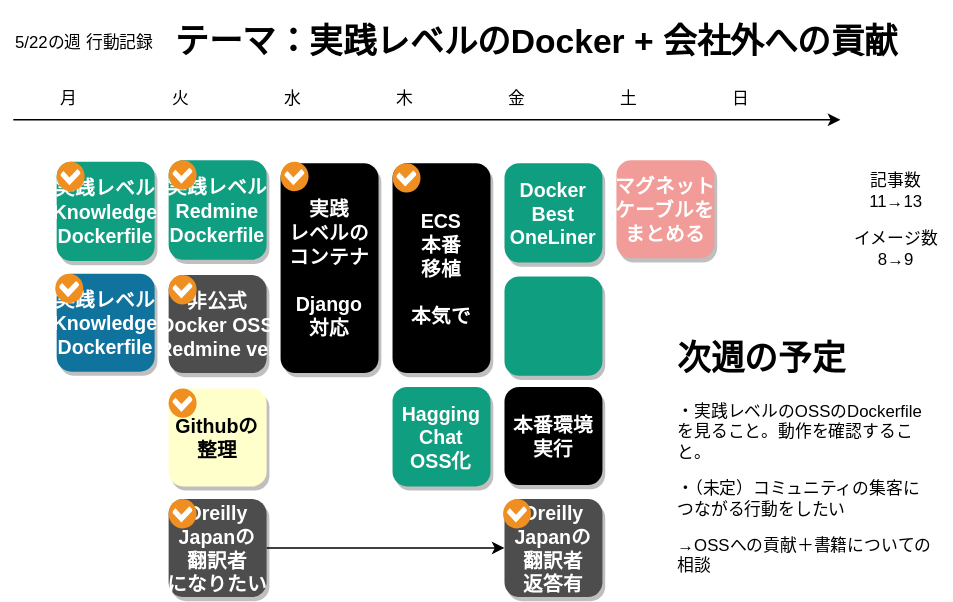
Before: 人生設計-20230522.drawio.svg, a diagram exported from draw.io (minegishirei/draw_v1). Source tidied: cells renumbered, new cells last; positions are measured from the earlier drawing's top-left corner, leaving out a move shared by most shapes.
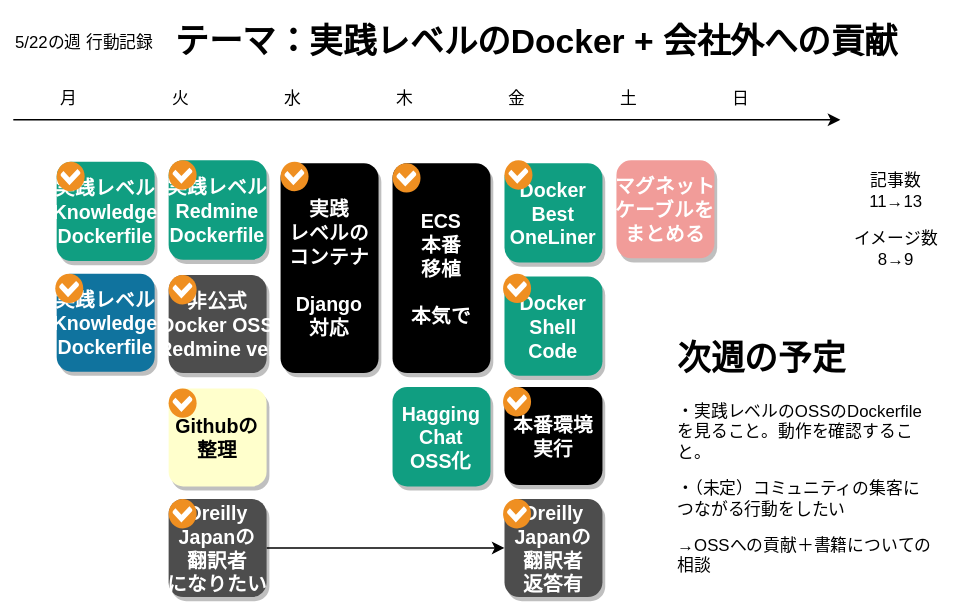
The same file after the commit.

Commit message:
人生設計-20230522.drawio.svg を追加しました。

Change to the diagram source:
```diff
@@ -104,7 +104,7 @@
     <mxCell id="34" value="Docker&#10;Best&#10;OneLiner" style="rounded=1;fillColor=#109e81;strokeColor=none;shadow=1;gradientColor=none;fontStyle=1;fontColor=#FFFFFF;fontSize=14;" parent="1" vertex="1">
       <mxGeometry x="360" y="106" width="70" height="71" as="geometry" />
     </mxCell>
-    <mxCell id="35" style="rounded=1;fillColor=#109e81;strokeColor=none;shadow=1;gradientColor=none;fontStyle=1;fontColor=#FFFFFF;fontSize=14;" parent="1" vertex="1">
+    <mxCell id="35" value="Docker&#10;Shell&#10;Code" style="rounded=1;fillColor=#109e81;strokeColor=none;shadow=1;gradientColor=none;fontStyle=1;fontColor=#FFFFFF;fontSize=14;" parent="1" vertex="1">
       <mxGeometry x="360" y="187" width="70" height="71" as="geometry" />
     </mxCell>
     <mxCell id="36" value="本番環境&#10;実行" style="rounded=1;fillColor=#000000;strokeColor=none;shadow=1;gradientColor=none;fontStyle=1;fontColor=#FFFFFF;fontSize=14;" parent="1" vertex="1">
@@ -116,5 +116,14 @@
     <mxCell id="38" style="shadow=0;dashed=0;html=1;strokeColor=none;fillColor=#EF8F21;labelPosition=center;verticalLabelPosition=bottom;verticalAlign=top;align=center;shape=mxgraph.veeam.checked;" parent="1" vertex="1">
       <mxGeometry x="359" y="346" width="20" height="21" as="geometry" />
     </mxCell>
+    <mxCell id="39" style="shadow=0;dashed=0;html=1;strokeColor=none;fillColor=#EF8F21;labelPosition=center;verticalLabelPosition=bottom;verticalAlign=top;align=center;shape=mxgraph.veeam.checked;" parent="1" vertex="1">
+      <mxGeometry x="359" y="266" width="20" height="21" as="geometry" />
+    </mxCell>
+    <mxCell id="40" style="shadow=0;dashed=0;html=1;strokeColor=none;fillColor=#EF8F21;labelPosition=center;verticalLabelPosition=bottom;verticalAlign=top;align=center;shape=mxgraph.veeam.checked;" parent="1" vertex="1">
+      <mxGeometry x="359" y="185" width="20" height="21" as="geometry" />
+    </mxCell>
+    <mxCell id="41" style="shadow=0;dashed=0;html=1;strokeColor=none;fillColor=#EF8F21;labelPosition=center;verticalLabelPosition=bottom;verticalAlign=top;align=center;shape=mxgraph.veeam.checked;" parent="1" vertex="1">
+      <mxGeometry x="360" y="104" width="20" height="21" as="geometry" />
+    </mxCell>
   </root>
 </mxGraphModel>
```
